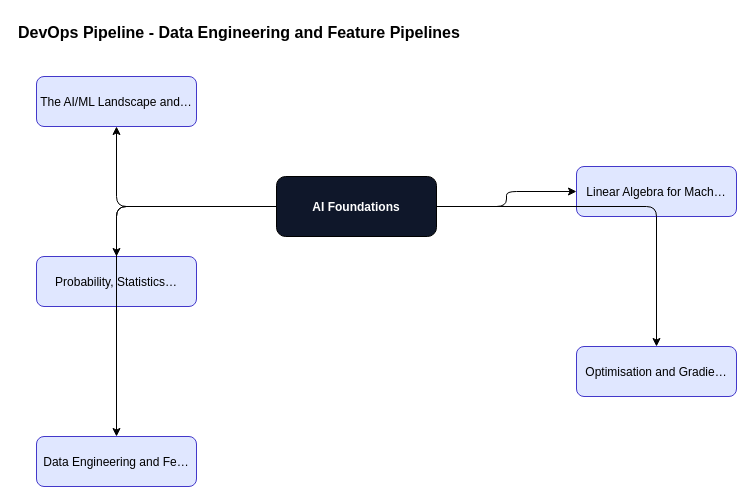
Before: content/ai-foundations/ai-foundations-foundations/diagrams/fig-007-devops-pipeline.drawio in ankit05121980/AI-University, a draw.io diagram. Source tidied: cells renumbered, new cells numbered last; positions are measured from the earlier drawing's top-left corner, leaving out a move shared by most shapes. Both pictures are drawn from the tidied source at 100%, with x=0, y=0 at pixel (16, 16).
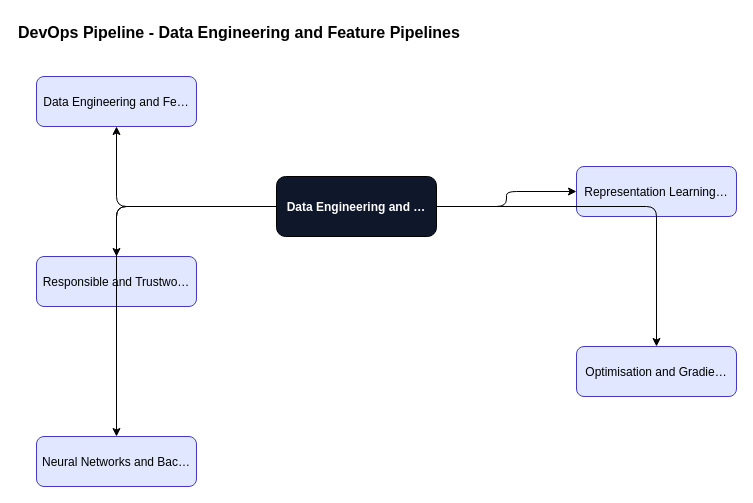
After the change.

Diff of the diagram source:
```diff
@@
 <mxGraphModel>
   <root>
     <mxCell id="0" />
     <mxCell id="1" parent="0" />
     <mxCell id="2" value="DevOps Pipeline - Data Engineering and Feature Pipelines" style="text;fontSize=16;fontStyle=1;" parent="1" vertex="1">
       <mxGeometry width="600" height="30" as="geometry" />
     </mxCell>
-    <mxCell id="3" value="AI Foundations" style="rounded=1;fillColor=#0f172a;fontColor=#ffffff;fontStyle=1;" parent="1" vertex="1">
+    <mxCell id="3" value="Data Engineering and …" style="rounded=1;fillColor=#0f172a;fontColor=#ffffff;fontStyle=1;" parent="1" vertex="1">
       <mxGeometry x="260" y="160" width="160" height="60" as="geometry" />
     </mxCell>
-    <mxCell id="4" value="The AI/ML Landscape and…" style="rounded=1;fillColor=#e0e7ff;strokeColor=#4338ca;" parent="1" vertex="1">
+    <mxCell id="4" value="Data Engineering and Fe…" style="rounded=1;fillColor=#e0e7ff;strokeColor=#4338ca;" parent="1" vertex="1">
       <mxGeometry x="20" y="60" width="160" height="50" as="geometry" />
     </mxCell>
     <mxCell id="5" style="edgeStyle=orthogonalEdgeStyle;" parent="1" edge="1" source="3" target="4">
       <mxGeometry relative="1" as="geometry" />
     </mxCell>
-    <mxCell id="6" value="Linear Algebra for Mach…" style="rounded=1;fillColor=#e0e7ff;strokeColor=#4338ca;" parent="1" vertex="1">
+    <mxCell id="6" value="Representation Learning…" style="rounded=1;fillColor=#e0e7ff;strokeColor=#4338ca;" parent="1" vertex="1">
       <mxGeometry x="560" y="150" width="160" height="50" as="geometry" />
     </mxCell>
     <mxCell id="7" style="edgeStyle=orthogonalEdgeStyle;" parent="1" edge="1" source="3" target="6">
       <mxGeometry relative="1" as="geometry" />
     </mxCell>
-    <mxCell id="8" value="Probability, Statistics…" style="rounded=1;fillColor=#e0e7ff;strokeColor=#4338ca;" parent="1" vertex="1">
+    <mxCell id="8" value="Responsible and Trustwo…" style="rounded=1;fillColor=#e0e7ff;strokeColor=#4338ca;" parent="1" vertex="1">
       <mxGeometry x="20" y="240" width="160" height="50" as="geometry" />
     </mxCell>
     <mxCell id="9" style="edgeStyle=orthogonalEdgeStyle;" parent="1" edge="1" source="3" target="8">
       <mxGeometry relative="1" as="geometry" />
     </mxCell>
     <mxCell id="10" value="Optimisation and Gradie…" style="rounded=1;fillColor=#e0e7ff;strokeColor=#4338ca;" parent="1" vertex="1">
       <mxGeometry x="560" y="330" width="160" height="50" as="geometry" />
     </mxCell>
     <mxCell id="11" style="edgeStyle=orthogonalEdgeStyle;" parent="1" edge="1" source="3" target="10">
       <mxGeometry relative="1" as="geometry" />
     </mxCell>
-    <mxCell id="12" value="Data Engineering and Fe…" style="rounded=1;fillColor=#e0e7ff;strokeColor=#4338ca;" parent="1" vertex="1">
+    <mxCell id="12" value="Neural Networks and Bac…" style="rounded=1;fillColor=#e0e7ff;strokeColor=#4338ca;" parent="1" vertex="1">
       <mxGeometry x="20" y="420" width="160" height="50" as="geometry" />
     </mxCell>
     <mxCell id="13" style="edgeStyle=orthogonalEdgeStyle;" parent="1" edge="1" source="3" target="12">
       <mxGeometry relative="1" as="geometry" />
     </mxCell>
   </root>
 </mxGraphModel>
```
